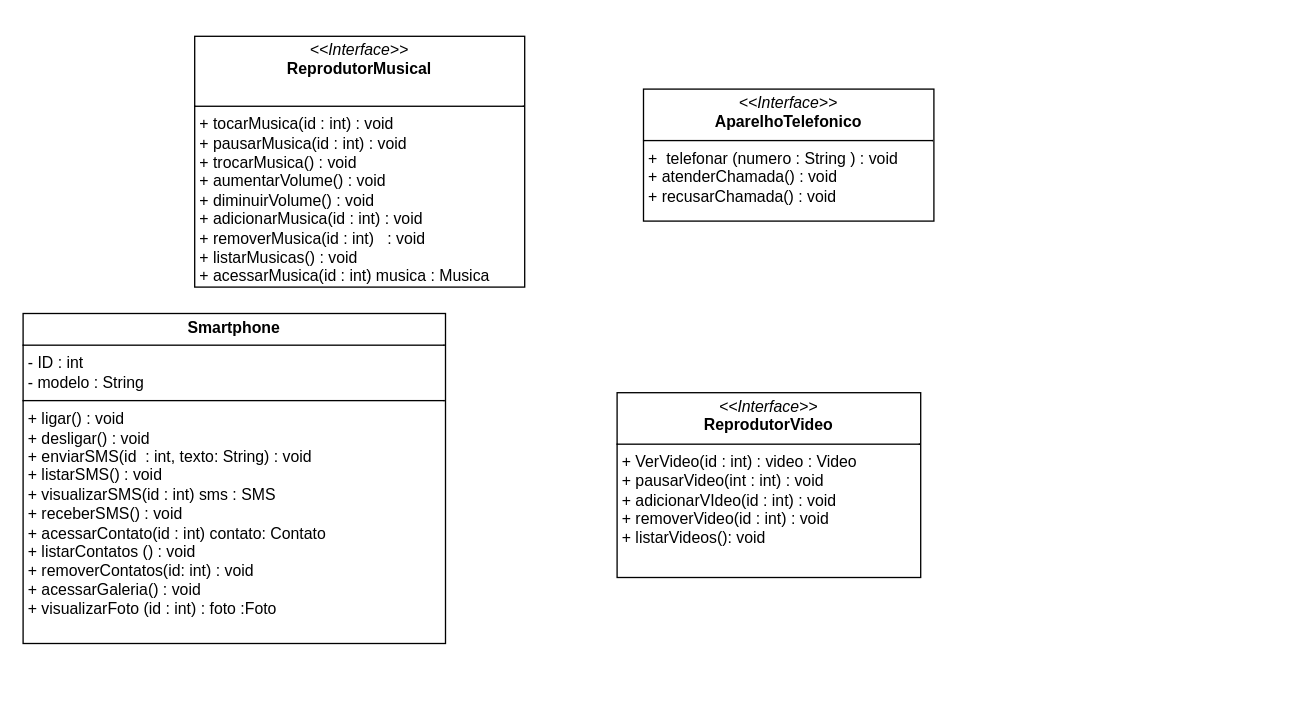
Natan-Ferreira23/treinos-diagramas keeps this draw.io diagram as Diagrama sem nome.drawio. Above is the earlier version. Source tidied: cells renumbered, new cells numbered last; positions are measured from the earlier drawing's top-left corner, leaving out a move shared by most shapes. Both pictures are drawn from the tidied source at 132%, with x=0, y=0 at pixel (22, 36).
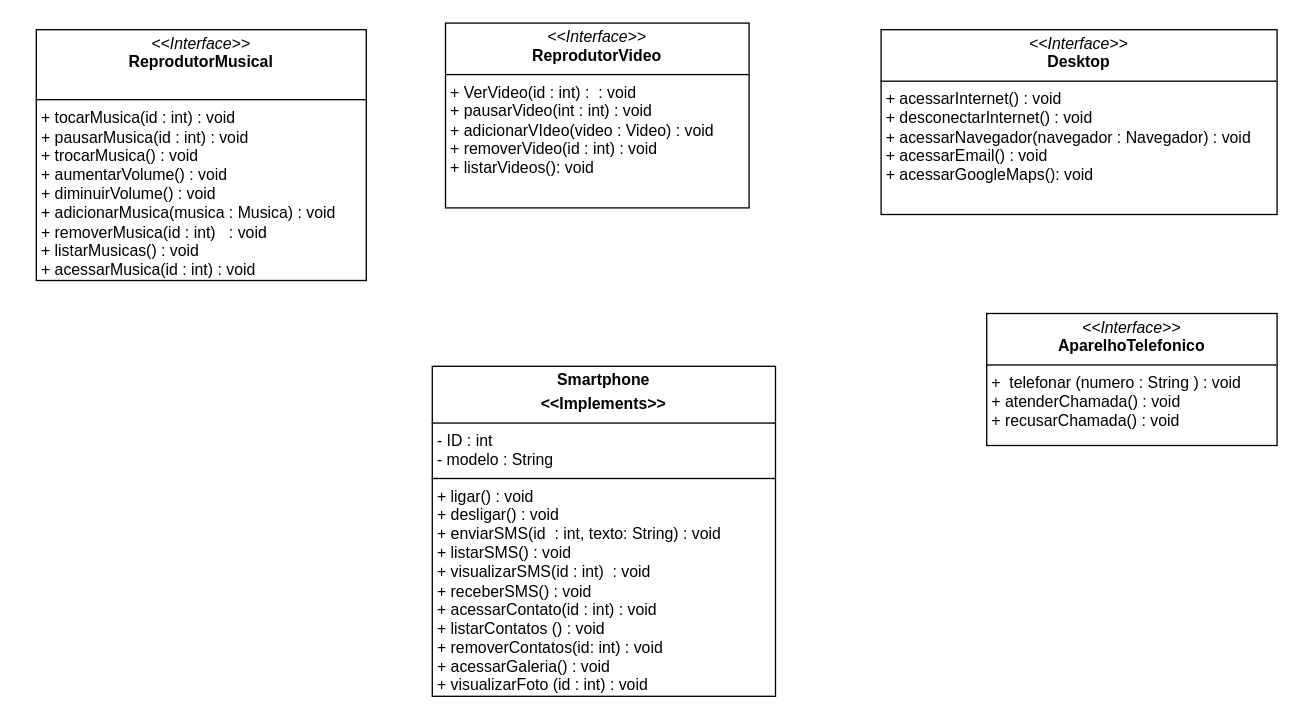
Above is the later version.

Diff of the diagram source:
```diff
@@
 <mxGraphModel>
   <root>
     <mxCell id="0" />
     <mxCell id="1" parent="0" />
-    <mxCell id="2" value="&lt;p style=&quot;margin:0px;margin-top:4px;text-align:center;&quot;&gt;&lt;b&gt;Smartphone&lt;/b&gt;&lt;/p&gt;&lt;hr size=&quot;1&quot; style=&quot;border-style:solid;&quot;&gt;&lt;p style=&quot;margin:0px;margin-left:4px;&quot;&gt;- ID : int&lt;/p&gt;&lt;p style=&quot;margin:0px;margin-left:4px;&quot;&gt;&lt;span style=&quot;background-color: transparent; color: light-dark(rgb(0, 0, 0), rgb(255, 255, 255));&quot;&gt;- modelo : String&lt;/span&gt;&lt;/p&gt;&lt;hr size=&quot;1&quot; style=&quot;border-style:solid;&quot;&gt;&lt;p style=&quot;margin:0px;margin-left:4px;&quot;&gt;+ ligar() : void&lt;/p&gt;&lt;p style=&quot;margin:0px;margin-left:4px;&quot;&gt;+ desligar() : void&lt;/p&gt;&lt;p style=&quot;margin: 0px 0px 0px 4px;&quot;&gt;&lt;span style=&quot;background-color: transparent; color: light-dark(rgb(0, 0, 0), rgb(255, 255, 255));&quot;&gt;+ enviarSMS(id&amp;nbsp; : int, texto: String) : void&lt;/span&gt;&lt;/p&gt;&lt;p style=&quot;margin: 0px 0px 0px 4px;&quot;&gt;&lt;span style=&quot;background-color: transparent; color: light-dark(rgb(0, 0, 0), rgb(255, 255, 255));&quot;&gt;+ listarSMS() : void&lt;/span&gt;&lt;/p&gt;&lt;p style=&quot;margin: 0px 0px 0px 4px;&quot;&gt;&lt;span style=&quot;background-color: transparent; color: light-dark(rgb(0, 0, 0), rgb(255, 255, 255));&quot;&gt;+ visualizarSMS(id : int) sms : SMS&lt;/span&gt;&lt;/p&gt;&lt;p style=&quot;margin: 0px 0px 0px 4px;&quot;&gt;&lt;span style=&quot;background-color: transparent; color: light-dark(rgb(0, 0, 0), rgb(255, 255, 255));&quot;&gt;+ receberSMS() : void&lt;/span&gt;&lt;/p&gt;&lt;p style=&quot;margin: 0px 0px 0px 4px;&quot;&gt;&lt;span style=&quot;background-color: transparent; color: light-dark(rgb(0, 0, 0), rgb(255, 255, 255));&quot;&gt;+ acessarContato(id : int) contato: Contato&amp;nbsp;&lt;/span&gt;&lt;/p&gt;&lt;p style=&quot;margin:0px;margin-left:4px;&quot;&gt;+ listarContatos () : void&lt;/p&gt;&lt;p style=&quot;margin:0px;margin-left:4px;&quot;&gt;+ removerContatos(id: int) : void&lt;/p&gt;&lt;p style=&quot;margin:0px;margin-left:4px;&quot;&gt;+ acessarGaleria() : void&lt;/p&gt;&lt;p style=&quot;margin:0px;margin-left:4px;&quot;&gt;+ visualizarFoto (id : int) : foto :Foto&lt;/p&gt;" style="verticalAlign=top;align=left;overflow=fill;html=1;whiteSpace=wrap;" parent="1" vertex="1">
-      <mxGeometry y="210" width="320" height="250" as="geometry" />
+    <mxCell id="2" value="&lt;p style=&quot;margin:0px;margin-top:4px;text-align:center;&quot;&gt;&lt;b&gt;Smartphone&lt;/b&gt;&lt;/p&gt;&lt;p style=&quot;margin:0px;margin-top:4px;text-align:center;&quot;&gt;&lt;b&gt;&amp;lt;&amp;lt;Implements&amp;gt;&amp;gt;&lt;/b&gt;&lt;/p&gt;&lt;hr size=&quot;1&quot; style=&quot;border-style:solid;&quot;&gt;&lt;p style=&quot;margin:0px;margin-left:4px;&quot;&gt;- ID : int&lt;/p&gt;&lt;p style=&quot;margin:0px;margin-left:4px;&quot;&gt;&lt;span style=&quot;background-color: transparent; color: light-dark(rgb(0, 0, 0), rgb(255, 255, 255));&quot;&gt;- modelo : String&lt;/span&gt;&lt;/p&gt;&lt;hr size=&quot;1&quot; style=&quot;border-style:solid;&quot;&gt;&lt;p style=&quot;margin:0px;margin-left:4px;&quot;&gt;+ ligar() : void&lt;/p&gt;&lt;p style=&quot;margin:0px;margin-left:4px;&quot;&gt;+ desligar() : void&lt;/p&gt;&lt;p style=&quot;margin: 0px 0px 0px 4px;&quot;&gt;&lt;span style=&quot;background-color: transparent; color: light-dark(rgb(0, 0, 0), rgb(255, 255, 255));&quot;&gt;+ enviarSMS(id&amp;nbsp; : int, texto: String) : void&amp;nbsp;&lt;/span&gt;&lt;/p&gt;&lt;p style=&quot;margin: 0px 0px 0px 4px;&quot;&gt;&lt;span style=&quot;background-color: transparent; color: light-dark(rgb(0, 0, 0), rgb(255, 255, 255));&quot;&gt;+ listarSMS() : void&lt;/span&gt;&lt;/p&gt;&lt;p style=&quot;margin: 0px 0px 0px 4px;&quot;&gt;&lt;span style=&quot;background-color: transparent; color: light-dark(rgb(0, 0, 0), rgb(255, 255, 255));&quot;&gt;+ visualizarSMS(id : int)&amp;nbsp; : void&lt;/span&gt;&lt;/p&gt;&lt;p style=&quot;margin: 0px 0px 0px 4px;&quot;&gt;&lt;span style=&quot;background-color: transparent; color: light-dark(rgb(0, 0, 0), rgb(255, 255, 255));&quot;&gt;+ receberSMS() : void&lt;/span&gt;&lt;/p&gt;&lt;p style=&quot;margin: 0px 0px 0px 4px;&quot;&gt;&lt;span style=&quot;background-color: transparent; color: light-dark(rgb(0, 0, 0), rgb(255, 255, 255));&quot;&gt;+ acessarContato(id : int) : void&amp;nbsp;&lt;/span&gt;&lt;/p&gt;&lt;p style=&quot;margin:0px;margin-left:4px;&quot;&gt;+ listarContatos () : void&lt;/p&gt;&lt;p style=&quot;margin:0px;margin-left:4px;&quot;&gt;+ removerContatos(id: int) : void&lt;/p&gt;&lt;p style=&quot;margin:0px;margin-left:4px;&quot;&gt;+ acessarGaleria() : void&lt;/p&gt;&lt;p style=&quot;margin:0px;margin-left:4px;&quot;&gt;+ visualizarFoto (id : int) : void&lt;/p&gt;" style="verticalAlign=top;align=left;overflow=fill;html=1;whiteSpace=wrap;" parent="1" vertex="1">
+      <mxGeometry x="310" y="250" width="260" height="250" as="geometry" />
     </mxCell>
-    <mxCell id="3" value="&lt;p style=&quot;margin:0px;margin-top:4px;text-align:center;&quot;&gt;&lt;i&gt;&amp;lt;&amp;lt;Interface&amp;gt;&amp;gt;&lt;/i&gt;&lt;br&gt;&lt;b&gt;ReprodutorMusical&lt;/b&gt;&lt;/p&gt;&lt;p style=&quot;margin:0px;margin-left:4px;&quot;&gt;&lt;br&gt;&lt;/p&gt;&lt;hr size=&quot;1&quot; style=&quot;border-style:solid;&quot;&gt;&lt;p style=&quot;margin:0px;margin-left:4px;&quot;&gt;+ tocarMusica(id : int) : void&lt;br&gt;+ pausarMusica(id : int) : void&lt;/p&gt;&lt;p style=&quot;margin:0px;margin-left:4px;&quot;&gt;+ trocarMusica() : void&lt;/p&gt;&lt;p style=&quot;margin:0px;margin-left:4px;&quot;&gt;+ aumentarVolume() : void&lt;/p&gt;&lt;p style=&quot;margin:0px;margin-left:4px;&quot;&gt;+ diminuirVolume() : void&lt;/p&gt;&lt;p style=&quot;margin:0px;margin-left:4px;&quot;&gt;+ adicionarMusica(id : int) : void&lt;/p&gt;&lt;p style=&quot;margin:0px;margin-left:4px;&quot;&gt;+ removerMusica(id : int)&amp;nbsp; &amp;nbsp;: void&lt;/p&gt;&lt;p style=&quot;margin:0px;margin-left:4px;&quot;&gt;+ listarMusicas() : void&lt;/p&gt;&lt;p style=&quot;margin:0px;margin-left:4px;&quot;&gt;+ acessarMusica(id : int) musica : Musica&lt;/p&gt;" style="verticalAlign=top;align=left;overflow=fill;html=1;whiteSpace=wrap;" parent="1" vertex="1">
-      <mxGeometry x="130" width="250" height="190" as="geometry" />
+    <mxCell id="3" value="&lt;p style=&quot;margin:0px;margin-top:4px;text-align:center;&quot;&gt;&lt;i&gt;&amp;lt;&amp;lt;Interface&amp;gt;&amp;gt;&lt;/i&gt;&lt;br&gt;&lt;b&gt;ReprodutorMusical&lt;/b&gt;&lt;/p&gt;&lt;p style=&quot;margin:0px;margin-left:4px;&quot;&gt;&lt;br&gt;&lt;/p&gt;&lt;hr size=&quot;1&quot; style=&quot;border-style:solid;&quot;&gt;&lt;p style=&quot;margin:0px;margin-left:4px;&quot;&gt;+ tocarMusica(id : int) : void&lt;br&gt;+ pausarMusica(id : int) : void&lt;/p&gt;&lt;p style=&quot;margin:0px;margin-left:4px;&quot;&gt;+ trocarMusica() : void&lt;/p&gt;&lt;p style=&quot;margin:0px;margin-left:4px;&quot;&gt;+ aumentarVolume() : void&lt;/p&gt;&lt;p style=&quot;margin:0px;margin-left:4px;&quot;&gt;+ diminuirVolume() : void&lt;/p&gt;&lt;p style=&quot;margin:0px;margin-left:4px;&quot;&gt;+ adicionarMusica(musica : Musica) : void&lt;/p&gt;&lt;p style=&quot;margin:0px;margin-left:4px;&quot;&gt;+ removerMusica(id : int)&amp;nbsp; &amp;nbsp;: void&lt;/p&gt;&lt;p style=&quot;margin:0px;margin-left:4px;&quot;&gt;+ listarMusicas() : void&lt;/p&gt;&lt;p style=&quot;margin:0px;margin-left:4px;&quot;&gt;+ acessarMusica(id : int) : void&lt;/p&gt;" style="verticalAlign=top;align=left;overflow=fill;html=1;whiteSpace=wrap;" parent="1" vertex="1">
+      <mxGeometry x="10" y="-5" width="250" height="190" as="geometry" />
     </mxCell>
     <mxCell id="4" value="&lt;p style=&quot;margin:0px;margin-top:4px;text-align:center;&quot;&gt;&lt;i&gt;&amp;lt;&amp;lt;Interface&amp;gt;&amp;gt;&lt;/i&gt;&lt;br&gt;&lt;b&gt;AparelhoTelefonico&lt;/b&gt;&lt;/p&gt;&lt;hr size=&quot;1&quot; style=&quot;border-style:solid;&quot;&gt;&lt;p style=&quot;margin:0px;margin-left:4px;&quot;&gt;&lt;/p&gt;&lt;p style=&quot;margin:0px;margin-left:4px;&quot;&gt;&lt;span style=&quot;background-color: transparent; color: light-dark(rgb(0, 0, 0), rgb(255, 255, 255));&quot;&gt;+&amp;nbsp; telefonar (numero : String ) : void&lt;/span&gt;&lt;br&gt;&lt;/p&gt;&lt;p style=&quot;margin:0px;margin-left:4px;&quot;&gt;&lt;span style=&quot;background-color: transparent; color: light-dark(rgb(0, 0, 0), rgb(255, 255, 255));&quot;&gt;+ atenderChamada() : void&lt;/span&gt;&lt;/p&gt;&lt;p style=&quot;margin:0px;margin-left:4px;&quot;&gt;&lt;span style=&quot;background-color: transparent; color: light-dark(rgb(0, 0, 0), rgb(255, 255, 255));&quot;&gt;+ recusarChamada() : void&lt;/span&gt;&lt;/p&gt;&lt;p style=&quot;margin:0px;margin-left:4px;&quot;&gt;&lt;br&gt;&lt;/p&gt;&lt;p style=&quot;margin:0px;margin-left:4px;&quot;&gt;&lt;br&gt;&lt;/p&gt;" style="verticalAlign=top;align=left;overflow=fill;html=1;whiteSpace=wrap;" parent="1" vertex="1">
-      <mxGeometry x="470" y="40" width="220" height="100" as="geometry" />
+      <mxGeometry x="730" y="210" width="220" height="100" as="geometry" />
     </mxCell>
-    <mxCell id="5" value="&lt;p style=&quot;margin:0px;margin-top:4px;text-align:center;&quot;&gt;&lt;i&gt;&amp;lt;&amp;lt;Interface&amp;gt;&amp;gt;&lt;/i&gt;&lt;br&gt;&lt;b&gt;ReprodutorVideo&lt;/b&gt;&lt;/p&gt;&lt;hr size=&quot;1&quot; style=&quot;border-style:solid;&quot;&gt;&lt;p style=&quot;margin:0px;margin-left:4px;&quot;&gt;+ VerVideo(id : int) : video : Video&lt;/p&gt;&lt;p style=&quot;margin:0px;margin-left:4px;&quot;&gt;+ pausarVideo(int : int) : void&lt;br&gt;+ adicionarVIdeo(id : int) : void&lt;/p&gt;&lt;p style=&quot;margin:0px;margin-left:4px;&quot;&gt;+ removerVideo(id : int) : void&lt;/p&gt;&lt;p style=&quot;margin:0px;margin-left:4px;&quot;&gt;+ listarVideos(): void&lt;/p&gt;" style="verticalAlign=top;align=left;overflow=fill;html=1;whiteSpace=wrap;" parent="1" vertex="1">
-      <mxGeometry x="450" y="270" width="230" height="140" as="geometry" />
+    <mxCell id="5" value="&lt;p style=&quot;margin:0px;margin-top:4px;text-align:center;&quot;&gt;&lt;i&gt;&amp;lt;&amp;lt;Interface&amp;gt;&amp;gt;&lt;/i&gt;&lt;br&gt;&lt;b&gt;ReprodutorVideo&lt;/b&gt;&lt;/p&gt;&lt;hr size=&quot;1&quot; style=&quot;border-style:solid;&quot;&gt;&lt;p style=&quot;margin:0px;margin-left:4px;&quot;&gt;+ VerVideo(id : int) :&amp;nbsp; : void&lt;/p&gt;&lt;p style=&quot;margin:0px;margin-left:4px;&quot;&gt;+ pausarVideo(int : int) : void&lt;br&gt;+ adicionarVIdeo(video : Video) : void&lt;/p&gt;&lt;p style=&quot;margin:0px;margin-left:4px;&quot;&gt;+ removerVideo(id : int) : void&lt;/p&gt;&lt;p style=&quot;margin:0px;margin-left:4px;&quot;&gt;+ listarVideos(): void&lt;/p&gt;" style="verticalAlign=top;align=left;overflow=fill;html=1;whiteSpace=wrap;" parent="1" vertex="1">
+      <mxGeometry x="320" y="-10" width="230" height="140" as="geometry" />
     </mxCell>
+    <mxCell id="6" value="&lt;p style=&quot;margin:0px;margin-top:4px;text-align:center;&quot;&gt;&lt;i&gt;&amp;lt;&amp;lt;Interface&amp;gt;&amp;gt;&lt;/i&gt;&lt;br&gt;&lt;b&gt;Desktop&lt;/b&gt;&lt;/p&gt;&lt;hr size=&quot;1&quot; style=&quot;border-style:solid;&quot;&gt;&lt;p style=&quot;margin:0px;margin-left:4px;&quot;&gt;+ acessarInternet() : void&lt;/p&gt;&lt;p style=&quot;margin:0px;margin-left:4px;&quot;&gt;+ desconectarInternet() : void&lt;br&gt;+ acessarNavegador(navegador : Navegador) : void&lt;/p&gt;&lt;p style=&quot;margin:0px;margin-left:4px;&quot;&gt;+ acessarEmail() : void&lt;/p&gt;&lt;p style=&quot;margin:0px;margin-left:4px;&quot;&gt;+ acessarGoogleMaps(): void&lt;/p&gt;" style="verticalAlign=top;align=left;overflow=fill;html=1;whiteSpace=wrap;" parent="1" vertex="1">
+      <mxGeometry x="650" y="-5" width="300" height="140" as="geometry" />
+    </mxCell>
   </root>
 </mxGraphModel>
```
